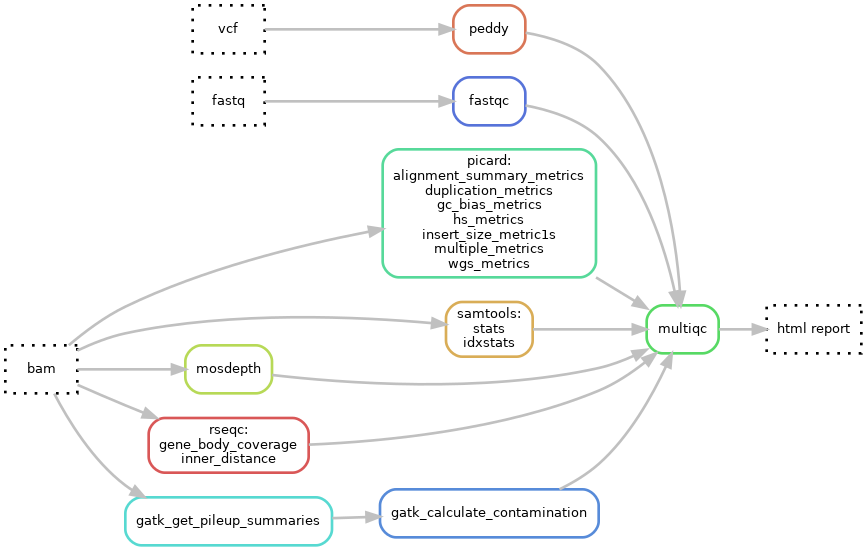
Earlier version of the Graphviz export docs/images/qc.png (hydra-genetics/qc). Its source is kept beside it as docs/images/qc.dot.
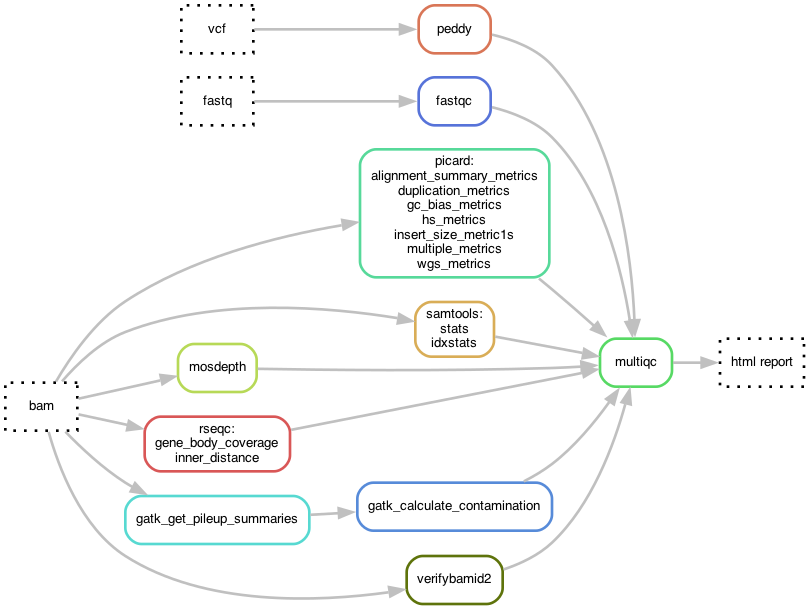
The same diagram one commit later.

The edit, as a diff of the source:
```diff
@@ -16,6 +16,7 @@
 	18[label = "bam", color = "0.0 0.0 0.0", style="dotted"];
 	19[label = "fastq", color = "0.0 0.0 0.0", style="dotted"];
 	20[label = "vcf", color = "0.0 0.0 0.0", style="dotted"];
+	21[label = "verifybamid2", color = "0.2 0.9 0.45", style="rounded"];
 	20 -> 2
 	19 -> 4
 	18 -> 5
@@ -23,6 +24,7 @@
 	18 -> 10
 	18 -> 14
 	18 -> 17
+	18 -> 21
 	1 -> 0
 	16 -> 1
 	5 -> 1
@@ -32,5 +34,5 @@
 	9 -> 1
 	4 -> 1
 	17 -> 16
+	21 -> 1
 }
-1
```
